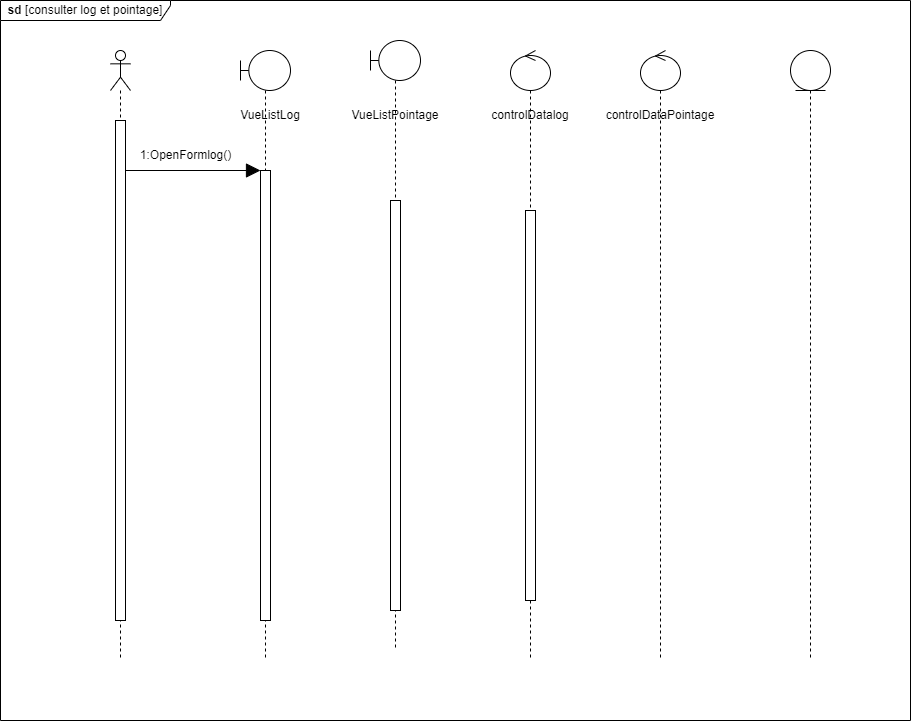
Above: static/Diagramme des séquences conceptuel  log et pointage .drawio.png in Siluearsene/borne_biometrique (draw.io), before the change. Source tidied: cells renumbered, new cells last; positions are measured from the earlier drawing's top-left corner, leaving out a move shared by most shapes.
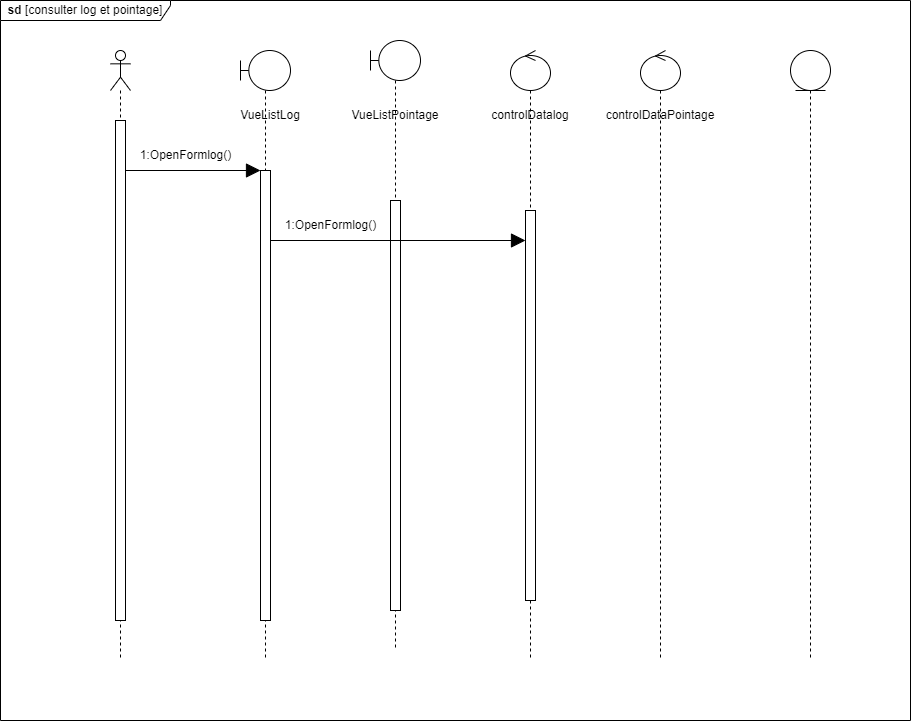
Later version of the same file.

Commit message:
Mettre à jour Diagramme des séquences conceptuel  log et pointage .drawio.png

Diff of the diagram source:
```diff
@@ -55,5 +55,13 @@
     <mxCell id="18" value="controlDataPointage" style="text;html=1;strokeColor=none;fillColor=none;align=center;verticalAlign=middle;whiteSpace=wrap;rounded=0;" parent="1" vertex="1">
       <mxGeometry x="630" y="100" width="60" height="30" as="geometry" />
     </mxCell>
+    <mxCell id="19" style="endArrow=block;endFill=1;endSize=12;html=1;rounded=0;" parent="1" edge="1" target="17">
+      <mxGeometry relative="1" as="geometry">
+        <mxPoint x="270" y="240" as="sourcePoint" />
+      </mxGeometry>
+    </mxCell>
+    <mxCell id="20" value="1:OpenFormlog()" style="text;html=1;align=center;verticalAlign=middle;strokeColor=none;fillColor=none;" parent="1" vertex="1">
+      <mxGeometry x="275" y="210" width="110" height="30" as="geometry" />
+    </mxCell>
   </root>
 </mxGraphModel>
```
